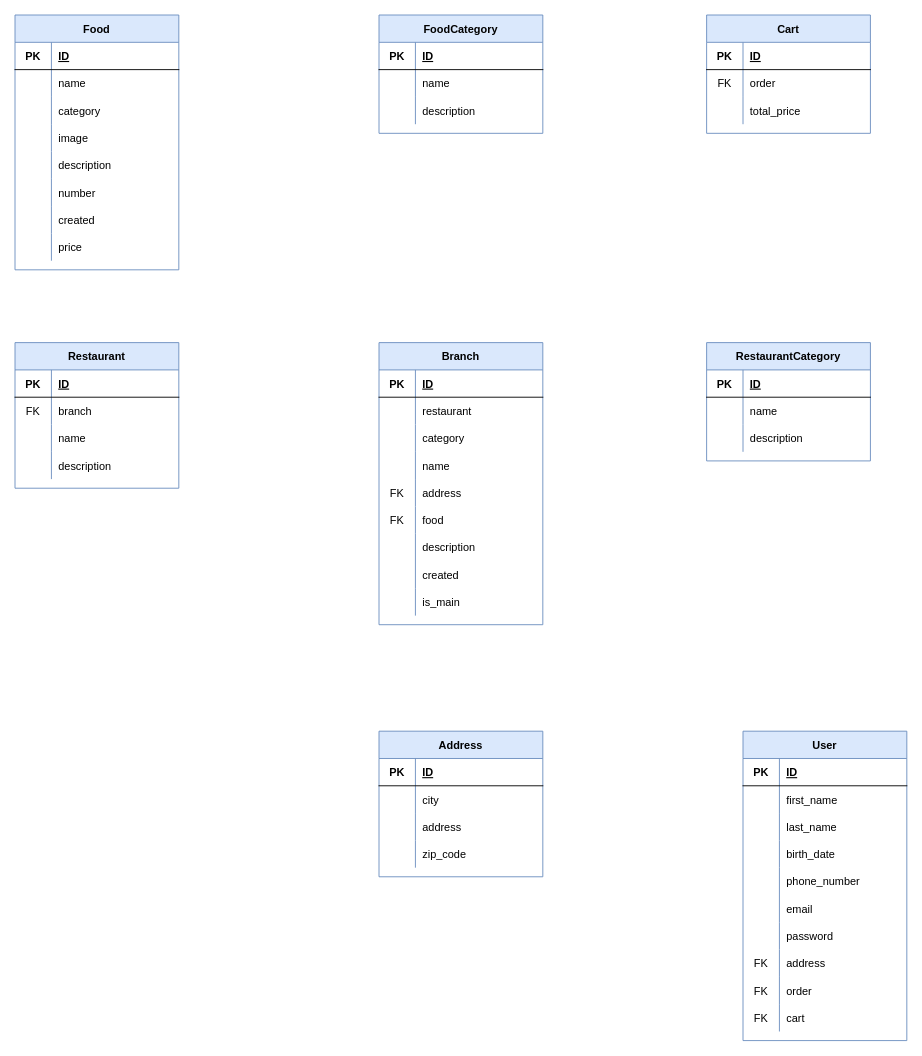
delaramghaemmaghami/Maktab_Final_Project keeps this draw.io diagram as SRC_ERD.drawio. Above is the earlier version. Source tidied: cells renumbered, new cells numbered last; positions are measured from the earlier drawing's top-left corner, leaving out a move shared by most shapes. Both pictures are drawn from the tidied source at 91%, with x=0, y=0 at pixel (15, 15).
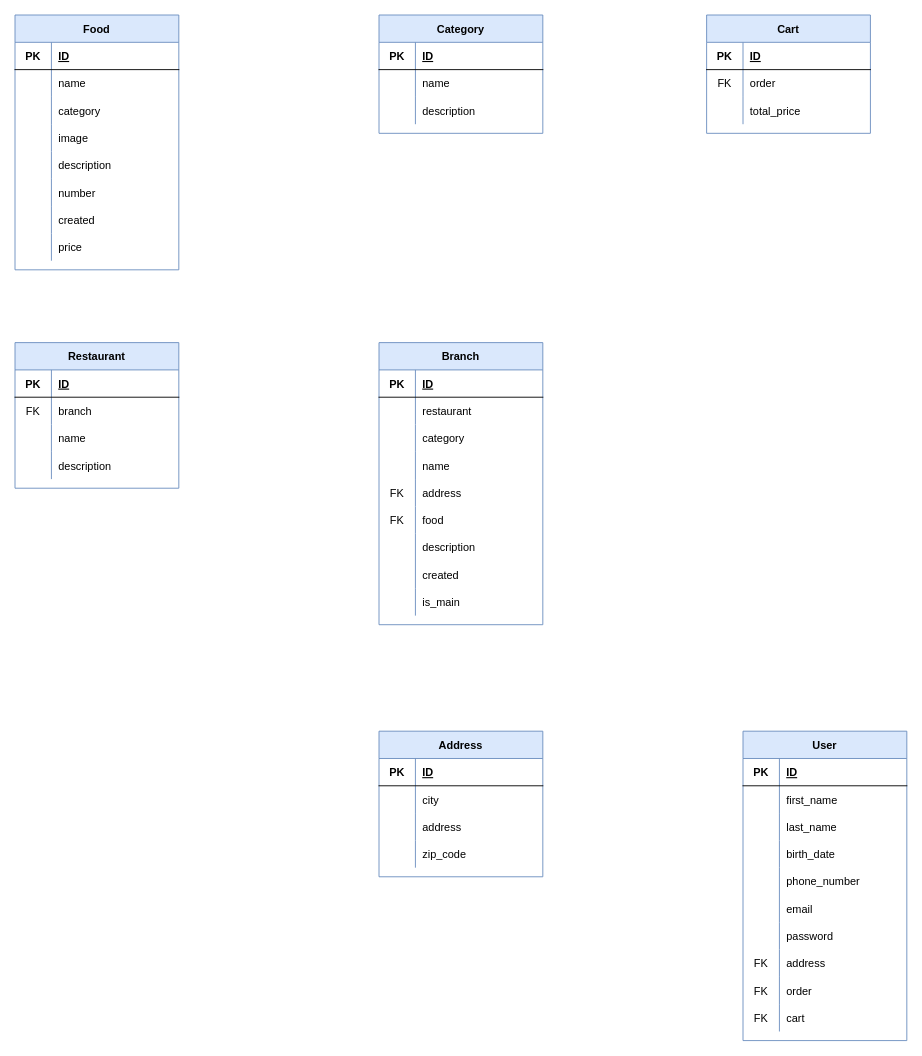
Above is the later version.

Diff of the diagram source:
```diff
@@
-    <mxCell id="27" value="FoodCategory" style="shape=table;startSize=30;childLayout=tableLayout;rowLines=0;fontStyle=1;align=center;fillColor=#dae8fc;strokeColor=#6c8ebf;" parent="1" vertex="1">
+    <mxCell id="27" value="Category" style="shape=table;startSize=30;childLayout=tableLayout;rowLines=0;fontStyle=1;align=center;fillColor=#dae8fc;strokeColor=#6c8ebf;" parent="1" vertex="1">
       <mxGeometry x="400" width="180" height="130" as="geometry" />
     </mxCell>
@@
-    <mxCell id="78" value="RestaurantCategory" style="shape=table;startSize=30;childLayout=tableLayout;rowLines=0;fontStyle=1;align=center;fillColor=#dae8fc;strokeColor=#6c8ebf;" parent="1" vertex="1">
-      <mxGeometry x="760" y="360" width="180" height="130" as="geometry" />
-    </mxCell>
-    <mxCell id="79" style="shape=partialRectangle;fillColor=none;top=0;left=0;bottom=1;right=0;" parent="78" vertex="1">
-      <mxGeometry y="30" width="180" height="30" as="geometry" />
-    </mxCell>
-    <mxCell id="80" value="PK" style="shape=partialRectangle;fillColor=none;top=0;left=0;bottom=0;right=0;fontStyle=1;overflow=hidden;" parent="79" vertex="1">
-      <mxGeometry width="40" height="30" as="geometry" />
-    </mxCell>
-    <mxCell id="81" value="ID" style="shape=partialRectangle;fillColor=none;top=0;left=0;bottom=0;right=0;align=left;spacingLeft=6;fontStyle=5;overflow=hidden;" parent="79" vertex="1">
-      <mxGeometry x="40" width="140" height="30" as="geometry" />
-    </mxCell>
-    <mxCell id="82" style="shape=partialRectangle;fillColor=none;top=0;left=0;bottom=0;right=0;" parent="78" vertex="1">
-      <mxGeometry y="60" width="180" height="30" as="geometry" />
-    </mxCell>
-    <mxCell id="83" style="shape=partialRectangle;fillColor=none;top=0;left=0;bottom=0;right=0;overflow=hidden;" parent="82" vertex="1">
-      <mxGeometry width="40" height="30" as="geometry" />
-    </mxCell>
-    <mxCell id="84" value="name" style="shape=partialRectangle;fillColor=none;top=0;left=0;bottom=0;right=0;align=left;spacingLeft=6;overflow=hidden;" parent="82" vertex="1">
-      <mxGeometry x="40" width="140" height="30" as="geometry" />
-    </mxCell>
-    <mxCell id="85" style="shape=partialRectangle;fillColor=none;top=0;left=0;bottom=0;right=0;" parent="78" vertex="1">
-      <mxGeometry y="90" width="180" height="30" as="geometry" />
-    </mxCell>
-    <mxCell id="86" style="shape=partialRectangle;fillColor=none;top=0;left=0;bottom=0;right=0;overflow=hidden;" parent="85" vertex="1">
-      <mxGeometry width="40" height="30" as="geometry" />
-    </mxCell>
-    <mxCell id="87" value="description" style="shape=partialRectangle;fillColor=none;top=0;left=0;bottom=0;right=0;align=left;spacingLeft=6;overflow=hidden;" parent="85" vertex="1">
-      <mxGeometry x="40" width="140" height="30" as="geometry" />
-    </mxCell>
```
